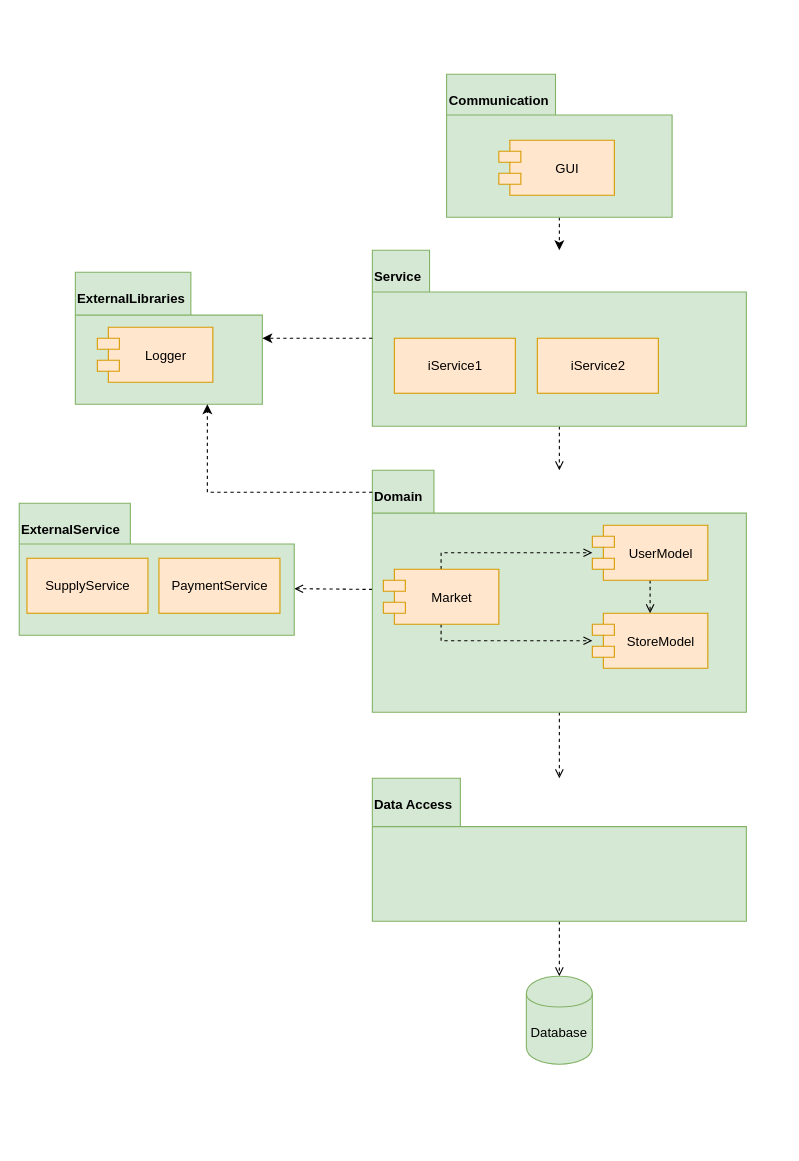
Sadna-Market/Market keeps this draw.io diagram as page "componentD" (2 of 2) of white diagram.drawio. Above is the earlier version. Source tidied: cells renumbered, new cells numbered last; positions are measured from the earlier drawing's top-left corner, leaving out a move shared by most shapes. Both pictures are drawn from the tidied source at 110%, with x=0, y=0 at pixel (19, 74).
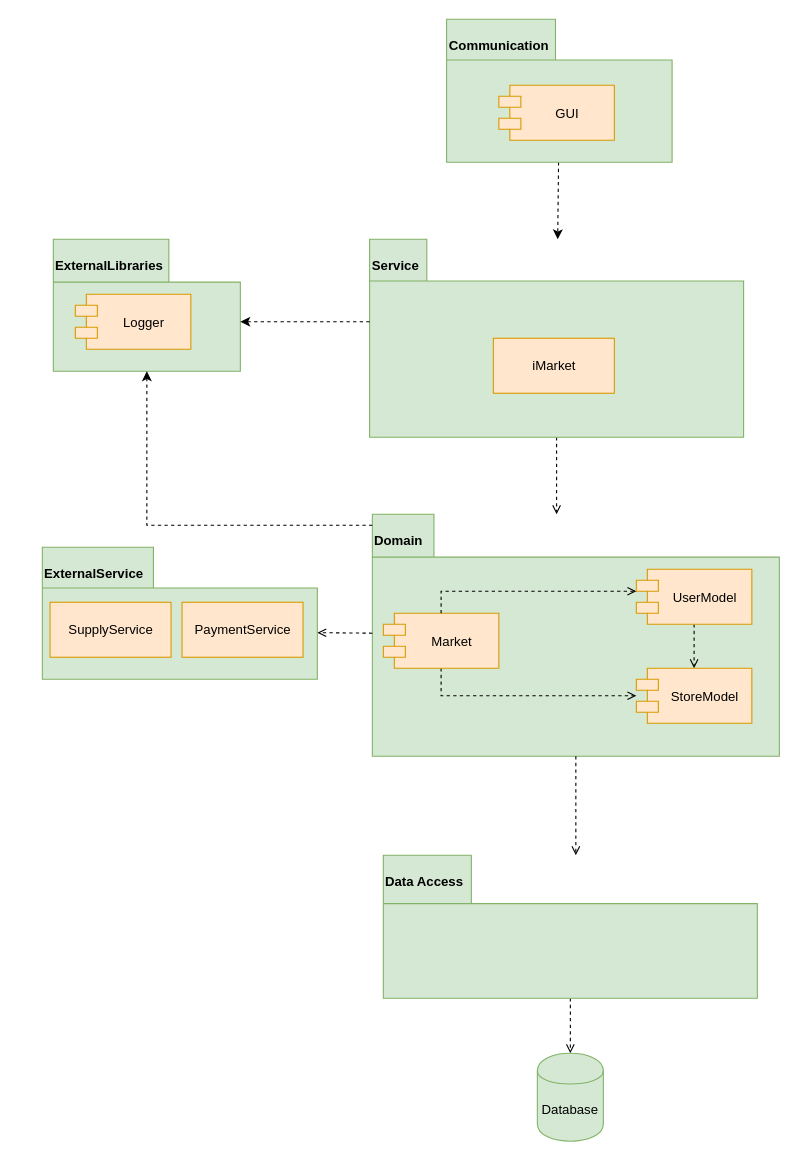
Above is the later version.

The change refers to these unchanged cells:
```xml
<mxCell id="25" value="ExternalLibraries" style="shape=folder;fontStyle=1;spacingTop=10;tabWidth=105;tabHeight=39;tabPosition=left;html=1;align=left;verticalAlign=top;fillColor=#d5e8d4;strokeColor=#82b366;" parent="24" vertex="1">
  <mxGeometry width="170" height="120" as="geometry" />
</mxCell>
```

Diff of the diagram source:
```diff
@@
+    <mxCell id="6" value="Domain" style="shape=folder;fontStyle=1;spacingTop=10;tabWidth=56;tabHeight=39;tabPosition=left;html=1;align=left;verticalAlign=top;fillColor=#d5e8d4;strokeColor=#82b366;shadow=0;" parent="1" vertex="1">
+      <mxGeometry x="321" y="400" width="370" height="220" as="geometry" />
+    </mxCell>
     <mxCell id="2" style="edgeStyle=orthogonalEdgeStyle;rounded=0;jettySize=auto;html=1;endArrow=open;endFill=0;dashed=1;" parent="1" edge="1" source="3" target="6">
-      <mxGeometry relative="1" as="geometry" />
+      <mxGeometry relative="1" as="geometry">
+        <Array as="points">
+          <mxPoint x="489" y="390" />
+          <mxPoint x="489" y="390" />
+        </Array>
+      </mxGeometry>
     </mxCell>
     <mxCell id="3" value="Service" style="shape=folder;fontStyle=1;spacingTop=10;tabWidth=52;tabHeight=38;tabPosition=left;html=1;align=left;verticalAlign=top;fillColor=#d5e8d4;strokeColor=#82b366;" parent="1" vertex="1">
-      <mxGeometry x="321" y="160" width="340" height="160" as="geometry" />
+      <mxGeometry x="318.5" y="150" width="340" height="180" as="geometry" />
     </mxCell>
     <mxCell id="4" style="edgeStyle=orthogonalEdgeStyle;rounded=0;jettySize=auto;html=1;dashed=1;endArrow=open;endFill=0;" parent="1" edge="1" source="6" target="8">
-      <mxGeometry relative="1" as="geometry" />
+      <mxGeometry relative="1" as="geometry">
+        <Array as="points">
+          <mxPoint x="506" y="700" />
+          <mxPoint x="506" y="700" />
+        </Array>
+      </mxGeometry>
     </mxCell>
@@
-    <mxCell id="6" value="Domain" style="shape=folder;fontStyle=1;spacingTop=10;tabWidth=56;tabHeight=39;tabPosition=left;html=1;align=left;verticalAlign=top;fillColor=#d5e8d4;strokeColor=#82b366;" parent="1" vertex="1">
-      <mxGeometry x="321" y="360" width="340" height="220" as="geometry" />
-    </mxCell>
@@
     <mxCell id="8" value="Data Access" style="shape=folder;fontStyle=1;spacingTop=10;tabWidth=80;tabHeight=44;tabPosition=left;html=1;align=left;verticalAlign=top;fillColor=#d5e8d4;strokeColor=#82b366;" parent="1" vertex="1">
-      <mxGeometry x="321" y="640" width="340" height="130" as="geometry" />
+      <mxGeometry x="331" y="710" width="340" height="130" as="geometry" />
     </mxCell>
     <mxCell id="9" value="Database" style="shape=cylinder;whiteSpace=wrap;html=1;boundedLbl=1;backgroundOutline=1;fillColor=#d5e8d4;strokeColor=#82b366;" parent="1" vertex="1">
-      <mxGeometry x="461" y="820" width="60" height="80" as="geometry" />
+      <mxGeometry x="471" y="890" width="60" height="80" as="geometry" />
     </mxCell>
@@
     <mxCell id="11" value="UserModel" style="shape=module;align=left;spacingLeft=20;align=center;verticalAlign=middle;fillColor=#ffe6cc;strokeColor=#d79b00;" parent="1" vertex="1">
-      <mxGeometry x="521" y="410" width="105" height="50" as="geometry" />
+      <mxGeometry x="561" y="450" width="105" height="50" as="geometry" />
     </mxCell>
     <mxCell id="12" value="StoreModel" style="shape=module;align=left;spacingLeft=20;align=center;verticalAlign=middle;fillColor=#ffe6cc;strokeColor=#d79b00;" parent="1" vertex="1">
-      <mxGeometry x="521" y="490" width="105" height="50" as="geometry" />
+      <mxGeometry x="561" y="540" width="105" height="50" as="geometry" />
     </mxCell>
-    <mxCell id="13" style="edgeStyle=orthogonalEdgeStyle;rounded=0;jettySize=auto;html=1;dashed=1;endArrow=open;endFill=0;" parent="1" edge="1" source="15" target="11">
-      <mxGeometry relative="1" as="geometry">
-        <Array as="points">
-          <mxPoint x="384" y="435" />
-        </Array>
-      </mxGeometry>
-    </mxCell>
     <mxCell id="14" style="edgeStyle=orthogonalEdgeStyle;rounded=0;jettySize=auto;html=1;dashed=1;endArrow=open;endFill=0;" parent="1" edge="1" source="15" target="12">
       <mxGeometry relative="1" as="geometry">
         <Array as="points">
-          <mxPoint x="384" y="515" />
+          <mxPoint x="384" y="565" />
         </Array>
       </mxGeometry>
     </mxCell>
     <mxCell id="15" value="Market" style="shape=module;align=left;spacingLeft=20;align=center;verticalAlign=middle;fillColor=#ffe6cc;strokeColor=#d79b00;" parent="1" vertex="1">
-      <mxGeometry x="331" y="450" width="105" height="50" as="geometry" />
+      <mxGeometry x="331" y="490" width="105" height="50" as="geometry" />
     </mxCell>
     <mxCell id="16" style="group;" parent="1" vertex="1">
-      <mxGeometry y="390" width="250" height="120" as="geometry" />
+      <mxGeometry x="21" y="430" width="250" height="120" as="geometry" />
     </mxCell>
@@
-    <mxCell id="20" value="iService1" style="html=1;fillColor=#ffe6cc;strokeColor=#d79b00;" parent="1" vertex="1">
-      <mxGeometry x="341" y="240" width="110" height="50" as="geometry" />
+    <mxCell id="20" value="iMarket" style="html=1;fillColor=#ffe6cc;strokeColor=#d79b00;" parent="1" vertex="1">
+      <mxGeometry x="431" y="240" width="110" height="50" as="geometry" />
     </mxCell>
@@
     <mxCell id="22" value="Communication" style="shape=folder;fontStyle=1;spacingTop=10;tabWidth=99;tabHeight=37;tabPosition=left;html=1;align=left;verticalAlign=top;fillColor=#d5e8d4;strokeColor=#82b366;" parent="1" vertex="1">
-      <mxGeometry x="388.5" width="205" height="130" as="geometry" />
+      <mxGeometry x="388.5" y="-50" width="205" height="130" as="geometry" />
     </mxCell>
     <mxCell id="23" value="GUI" style="shape=module;align=left;spacingLeft=20;align=center;verticalAlign=middle;fillColor=#ffe6cc;strokeColor=#d79b00;" parent="1" vertex="1">
-      <mxGeometry x="436" y="60" width="105" height="50" as="geometry" />
+      <mxGeometry x="436" y="10" width="105" height="50" as="geometry" />
     </mxCell>
     <mxCell id="24" style="group;" parent="1" vertex="1">
-      <mxGeometry x="51" y="180" width="170" height="120" as="geometry" />
+      <mxGeometry x="31" y="150" width="170" height="120" as="geometry" />
     </mxCell>
@@
     <mxCell id="27" style="edgeStyle=orthogonalEdgeStyle;rounded=0;jettySize=auto;html=1;dashed=1;" parent="1" edge="1" source="3" target="25">
-      <mxGeometry relative="1" as="geometry" />
+      <mxGeometry relative="1" as="geometry">
+        <Array as="points">
+          <mxPoint x="241" y="225" />
+          <mxPoint x="241" y="225" />
+        </Array>
+      </mxGeometry>
     </mxCell>
+    <mxCell id="13" style="edgeStyle=orthogonalEdgeStyle;rounded=0;jettySize=auto;html=1;dashed=1;endArrow=open;endFill=0;" parent="1" edge="1" source="15" target="11">
+      <mxGeometry relative="1" as="geometry">
+        <Array as="points">
+          <mxPoint x="384" y="470" />
+        </Array>
+      </mxGeometry>
+    </mxCell>
     <mxCell id="28" style="edgeStyle=orthogonalEdgeStyle;rounded=0;jettySize=auto;html=1;dashed=1;" parent="1" edge="1" source="6" target="25">
       <mxGeometry relative="1" as="geometry">
         <Array as="points">
-          <mxPoint x="171" y="380" />
+          <mxPoint x="116" y="410" />
         </Array>
       </mxGeometry>
     </mxCell>
-    <mxCell id="29" value="iService2" style="html=1;fillColor=#ffe6cc;strokeColor=#d79b00;" parent="1" vertex="1">
-      <mxGeometry x="471" y="240" width="110" height="50" as="geometry" />
-    </mxCell>
```
